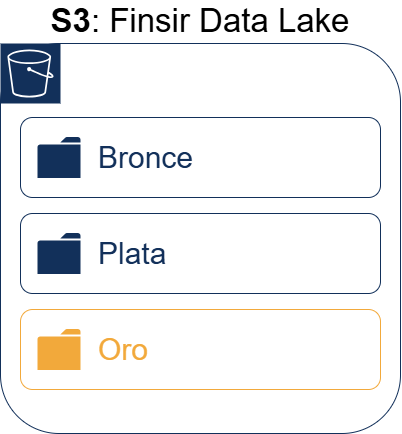
This is documentation/architecture/aws_data_focus_s3.png from nceballosp/FINSIR, a draw.io export, as it was before one commit. Source tidied: cells renumbered, new cells last; positions are measured from the earlier drawing's top-left corner, leaving out a move shared by most shapes. The source it was exported from:
```xml
<mxGraphModel>
  <root>
    <mxCell id="0" />
    <mxCell id="1" parent="0" />
    <mxCell id="2" value="&lt;b style=&quot;font-size: 33px; text-align: left;&quot;&gt;S3&lt;/b&gt;&lt;span style=&quot;font-size: 33px; text-align: left;&quot;&gt;: Finsir Data Lake&lt;/span&gt;" style="rounded=1;whiteSpace=wrap;html=1;strokeColor=#12305A;fontSize=30;fillColor=none;labelPosition=center;verticalLabelPosition=top;align=center;verticalAlign=bottom;labelPerimeter=1;" parent="1" vertex="1">
      <mxGeometry width="400" height="390" as="geometry" />
    </mxCell>
    <mxCell id="3" style="sketch=0;fontColor=#232F3E;gradientColor=none;gradientDirection=north;fillColor=#12305A;strokeColor=#ffffff;dashed=0;verticalLabelPosition=bottom;verticalAlign=top;align=center;html=1;fontSize=12;fontStyle=0;shape=mxgraph.aws4.resourceIcon;resIcon=mxgraph.aws4.s3;" parent="1" vertex="1">
      <mxGeometry width="60" height="60" as="geometry" />
    </mxCell>
    <mxCell id="4" value="Bronce" style="rounded=1;whiteSpace=wrap;html=1;strokeColor=#12305A;fontSize=30;fillColor=none;labelPosition=center;verticalLabelPosition=middle;align=left;verticalAlign=middle;spacingLeft=76;fontColor=#12305A;" parent="1" vertex="1">
      <mxGeometry x="20" y="74" width="360" height="80" as="geometry" />
    </mxCell>
    <mxCell id="5" value="&lt;span style=&quot;&quot;&gt;Plata&lt;/span&gt;" style="rounded=1;whiteSpace=wrap;html=1;strokeColor=#12305A;fontSize=30;fillColor=none;labelPosition=center;verticalLabelPosition=middle;align=left;verticalAlign=middle;fontColor=#12305A;spacingLeft=76;" parent="1" vertex="1">
      <mxGeometry x="20" y="170" width="360" height="80" as="geometry" />
    </mxCell>
    <mxCell id="6" value="Oro" style="rounded=1;whiteSpace=wrap;html=1;strokeColor=#F2A93B;fontSize=30;fillColor=none;labelPosition=center;verticalLabelPosition=middle;align=left;verticalAlign=middle;spacingLeft=76;fontColor=#F2A93B;" parent="1" vertex="1">
      <mxGeometry x="20" y="266" width="360" height="80" as="geometry" />
    </mxCell>
    <mxCell id="7" style="sketch=0;shadow=0;dashed=0;html=1;strokeColor=none;fillColor=#12305A;labelPosition=center;verticalLabelPosition=bottom;verticalAlign=top;align=center;shape=mxgraph.office.concepts.folder;" parent="1" vertex="1">
      <mxGeometry x="37" y="93.5" width="43" height="41" as="geometry" />
    </mxCell>
    <mxCell id="8" style="sketch=0;shadow=0;dashed=0;html=1;strokeColor=none;fillColor=#12305A;labelPosition=center;verticalLabelPosition=bottom;verticalAlign=top;align=center;shape=mxgraph.office.concepts.folder;" parent="1" vertex="1">
      <mxGeometry x="37" y="189.5" width="43" height="41" as="geometry" />
    </mxCell>
    <mxCell id="9" style="sketch=0;shadow=0;dashed=0;html=1;strokeColor=none;fillColor=#F2A93B;labelPosition=center;verticalLabelPosition=bottom;verticalAlign=top;align=center;shape=mxgraph.office.concepts.folder;" parent="1" vertex="1">
      <mxGeometry x="37" y="285.5" width="43" height="41" as="geometry" />
    </mxCell>
  </root>
</mxGraphModel>
```
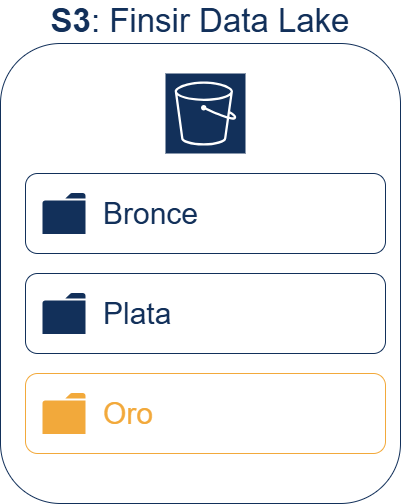
Above is the later version.

Change to the diagram source:
```diff
@@ -2,29 +2,29 @@
   <root>
     <mxCell id="0" />
     <mxCell id="1" parent="0" />
-    <mxCell id="2" value="&lt;b style=&quot;font-size: 33px; text-align: left;&quot;&gt;S3&lt;/b&gt;&lt;span style=&quot;font-size: 33px; text-align: left;&quot;&gt;: Finsir Data Lake&lt;/span&gt;" style="rounded=1;whiteSpace=wrap;html=1;strokeColor=#12305A;fontSize=30;fillColor=none;labelPosition=center;verticalLabelPosition=top;align=center;verticalAlign=bottom;labelPerimeter=1;" parent="1" vertex="1">
-      <mxGeometry width="400" height="390" as="geometry" />
+    <mxCell id="2" value="&lt;font color=&quot;#12305a&quot;&gt;&lt;b style=&quot;font-size: 33px; text-align: left;&quot;&gt;S3&lt;/b&gt;&lt;span style=&quot;font-size: 33px; text-align: left;&quot;&gt;: Finsir Data Lake&lt;/span&gt;&lt;/font&gt;" style="rounded=1;whiteSpace=wrap;html=1;strokeColor=#12305A;fontSize=30;fillColor=none;labelPosition=center;verticalLabelPosition=top;align=center;verticalAlign=bottom;labelPerimeter=1;" parent="1" vertex="1">
+      <mxGeometry width="400" height="460" as="geometry" />
     </mxCell>
     <mxCell id="3" style="sketch=0;fontColor=#232F3E;gradientColor=none;gradientDirection=north;fillColor=#12305A;strokeColor=#ffffff;dashed=0;verticalLabelPosition=bottom;verticalAlign=top;align=center;html=1;fontSize=12;fontStyle=0;shape=mxgraph.aws4.resourceIcon;resIcon=mxgraph.aws4.s3;" parent="1" vertex="1">
-      <mxGeometry width="60" height="60" as="geometry" />
+      <mxGeometry x="165" y="30" width="80" height="80" as="geometry" />
     </mxCell>
     <mxCell id="4" value="Bronce" style="rounded=1;whiteSpace=wrap;html=1;strokeColor=#12305A;fontSize=30;fillColor=none;labelPosition=center;verticalLabelPosition=middle;align=left;verticalAlign=middle;spacingLeft=76;fontColor=#12305A;" parent="1" vertex="1">
-      <mxGeometry x="20" y="74" width="360" height="80" as="geometry" />
+      <mxGeometry x="25" y="130" width="360" height="80" as="geometry" />
     </mxCell>
     <mxCell id="5" value="&lt;span style=&quot;&quot;&gt;Plata&lt;/span&gt;" style="rounded=1;whiteSpace=wrap;html=1;strokeColor=#12305A;fontSize=30;fillColor=none;labelPosition=center;verticalLabelPosition=middle;align=left;verticalAlign=middle;fontColor=#12305A;spacingLeft=76;" parent="1" vertex="1">
-      <mxGeometry x="20" y="170" width="360" height="80" as="geometry" />
+      <mxGeometry x="25" y="230" width="360" height="80" as="geometry" />
     </mxCell>
     <mxCell id="6" value="Oro" style="rounded=1;whiteSpace=wrap;html=1;strokeColor=#F2A93B;fontSize=30;fillColor=none;labelPosition=center;verticalLabelPosition=middle;align=left;verticalAlign=middle;spacingLeft=76;fontColor=#F2A93B;" parent="1" vertex="1">
-      <mxGeometry x="20" y="266" width="360" height="80" as="geometry" />
+      <mxGeometry x="25" y="330" width="360" height="80" as="geometry" />
     </mxCell>
     <mxCell id="7" style="sketch=0;shadow=0;dashed=0;html=1;strokeColor=none;fillColor=#12305A;labelPosition=center;verticalLabelPosition=bottom;verticalAlign=top;align=center;shape=mxgraph.office.concepts.folder;" parent="1" vertex="1">
-      <mxGeometry x="37" y="93.5" width="43" height="41" as="geometry" />
+      <mxGeometry x="42" y="149.5" width="43" height="41" as="geometry" />
     </mxCell>
     <mxCell id="8" style="sketch=0;shadow=0;dashed=0;html=1;strokeColor=none;fillColor=#12305A;labelPosition=center;verticalLabelPosition=bottom;verticalAlign=top;align=center;shape=mxgraph.office.concepts.folder;" parent="1" vertex="1">
-      <mxGeometry x="37" y="189.5" width="43" height="41" as="geometry" />
+      <mxGeometry x="42" y="249.5" width="43" height="41" as="geometry" />
     </mxCell>
     <mxCell id="9" style="sketch=0;shadow=0;dashed=0;html=1;strokeColor=none;fillColor=#F2A93B;labelPosition=center;verticalLabelPosition=bottom;verticalAlign=top;align=center;shape=mxgraph.office.concepts.folder;" parent="1" vertex="1">
-      <mxGeometry x="37" y="285.5" width="43" height="41" as="geometry" />
+      <mxGeometry x="42" y="349.5" width="43" height="41" as="geometry" />
     </mxCell>
   </root>
 </mxGraphModel>
```
